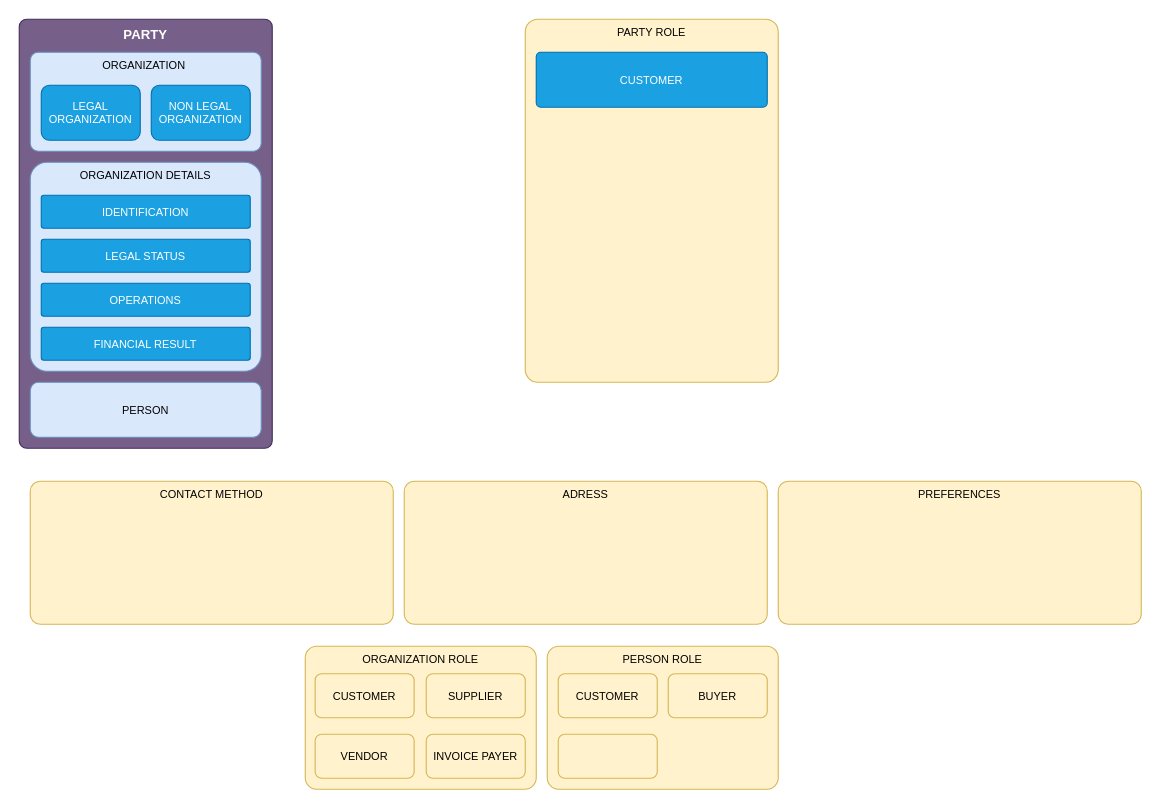
This is page "Customer Functional Area" (5 of 5) of docs/modeling/Customer-Manutan.drawio from pastel-gbetoho/PastelGbetoho-data-library, a draw.io file, before an edit. Source tidied: cells renumbered, new cells numbered last; positions are measured from the earlier drawing's top-left corner, leaving out a move shared by most shapes. Both pictures are drawn from the tidied source at 110%, with x=0, y=0 at pixel (19, 19).
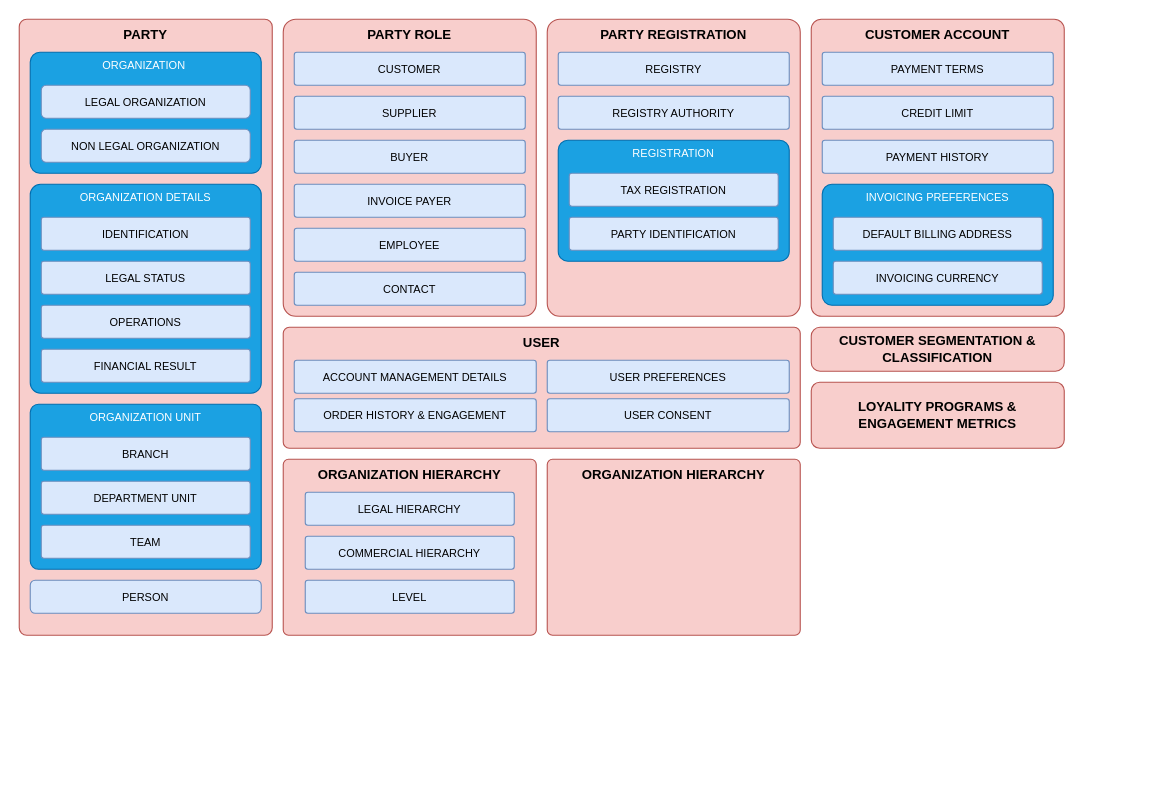
The same diagram, later.

Diff of the diagram source:
```diff
@@
-    <mxCell id="2" value="PARTY" style="rounded=1;whiteSpace=wrap;html=1;fillColor=#76608a;strokeColor=#432D57;arcSize=3;verticalAlign=top;fontSize=12;fontStyle=1;fontColor=#ffffff;" parent="1" vertex="1">
-      <mxGeometry width="230" height="390" as="geometry" />
+    <mxCell id="2" value="PARTY" style="rounded=1;whiteSpace=wrap;html=1;fillColor=#f8cecc;strokeColor=#b85450;arcSize=3;verticalAlign=top;fontSize=12;fontStyle=1;" parent="1" vertex="1">
+      <mxGeometry width="230" height="560" as="geometry" />
     </mxCell>
-    <mxCell id="3" value="ORGANIZATION&amp;nbsp;" style="rounded=1;whiteSpace=wrap;html=1;fillColor=#dae8fc;strokeColor=#6c8ebf;verticalAlign=top;arcSize=8;fontSize=10;" parent="1" vertex="1">
-      <mxGeometry x="10" y="30" width="210" height="90" as="geometry" />
+    <mxCell id="3" value="ORGANIZATION&amp;nbsp;" style="rounded=1;whiteSpace=wrap;html=1;fillColor=#1ba1e2;strokeColor=#006EAF;verticalAlign=top;arcSize=8;fontSize=10;fontColor=#ffffff;" parent="1" vertex="1">
+      <mxGeometry x="10" y="30" width="210" height="110" as="geometry" />
     </mxCell>
-    <mxCell id="4" value="LEGAL ORGANIZATION" style="rounded=1;whiteSpace=wrap;html=1;fillColor=#1ba1e2;strokeColor=#006EAF;fontSize=10;fontColor=#ffffff;" parent="1" vertex="1">
-      <mxGeometry x="20" y="60" width="90" height="50" as="geometry" />
+    <mxCell id="4" value="LEGAL ORGANIZATION" style="rounded=1;whiteSpace=wrap;html=1;fillColor=#dae8fc;strokeColor=#6c8ebf;fontSize=10;" parent="1" vertex="1">
+      <mxGeometry x="20" y="60" width="190" height="30" as="geometry" />
     </mxCell>
-    <mxCell id="5" value="NON LEGAL ORGANIZATION" style="rounded=1;whiteSpace=wrap;html=1;fillColor=#1ba1e2;strokeColor=#006EAF;fontStyle=0;fontSize=10;fontColor=#ffffff;" parent="1" vertex="1">
-      <mxGeometry x="120" y="60" width="90" height="50" as="geometry" />
+    <mxCell id="5" value="NON LEGAL ORGANIZATION" style="rounded=1;whiteSpace=wrap;html=1;fillColor=#dae8fc;strokeColor=#6c8ebf;fontStyle=0;fontSize=10;" parent="1" vertex="1">
+      <mxGeometry x="20" y="100" width="190" height="30" as="geometry" />
     </mxCell>
     <mxCell id="6" value="PERSON" style="rounded=1;whiteSpace=wrap;html=1;fillColor=#dae8fc;strokeColor=#6c8ebf;fontSize=10;" parent="1" vertex="1">
-      <mxGeometry x="10" y="330" width="210" height="50" as="geometry" />
+      <mxGeometry x="10" y="510" width="210" height="30" as="geometry" />
     </mxCell>
-    <mxCell id="7" value="PARTY ROLE" style="rounded=1;whiteSpace=wrap;html=1;fillColor=#fff2cc;strokeColor=#d6b656;arcSize=5;verticalAlign=top;fontSize=10;" parent="1" vertex="1">
-      <mxGeometry x="460" width="230" height="330" as="geometry" />
+    <mxCell id="7" value="PARTY ROLE" style="rounded=1;whiteSpace=wrap;html=1;fillColor=#f8cecc;strokeColor=#b85450;arcSize=5;verticalAlign=top;fontSize=12;fontStyle=1;" parent="1" vertex="1">
+      <mxGeometry x="240" width="230" height="270" as="geometry" />
     </mxCell>
-    <mxCell id="8" value="ORGANIZATION ROLE" style="rounded=1;whiteSpace=wrap;html=1;fillColor=#fff2cc;strokeColor=#d6b656;verticalAlign=top;arcSize=8;fontSize=10;" parent="1" vertex="1">
-      <mxGeometry x="260" y="570" width="210" height="130" as="geometry" />
-    </mxCell>
-    <mxCell id="9" value="CUSTOMER" style="rounded=1;whiteSpace=wrap;html=1;fillColor=#fff2cc;strokeColor=#d6b656;fontSize=10;" parent="1" vertex="1">
-      <mxGeometry x="269" y="595" width="90" height="40" as="geometry" />
-    </mxCell>
-    <mxCell id="10" value="SUPPLIER" style="rounded=1;whiteSpace=wrap;html=1;fillColor=#fff2cc;strokeColor=#d6b656;fontSize=10;" parent="1" vertex="1">
-      <mxGeometry x="370" y="595" width="90" height="40" as="geometry" />
-    </mxCell>
-    <mxCell id="11" value="VENDOR" style="rounded=1;whiteSpace=wrap;html=1;fillColor=#fff2cc;strokeColor=#d6b656;fontSize=10;" parent="1" vertex="1">
-      <mxGeometry x="269" y="650" width="90" height="40" as="geometry" />
-    </mxCell>
-    <mxCell id="12" value="PERSON ROLE" style="rounded=1;whiteSpace=wrap;html=1;fillColor=#fff2cc;strokeColor=#d6b656;verticalAlign=top;arcSize=8;fontSize=10;" parent="1" vertex="1">
-      <mxGeometry x="480" y="570" width="210" height="130" as="geometry" />
-    </mxCell>
-    <mxCell id="13" value="CUSTOMER" style="rounded=1;whiteSpace=wrap;html=1;fillColor=#fff2cc;strokeColor=#d6b656;fontSize=10;" parent="1" vertex="1">
-      <mxGeometry x="490" y="595" width="90" height="40" as="geometry" />
-    </mxCell>
-    <mxCell id="14" value="BUYER" style="rounded=1;whiteSpace=wrap;html=1;fillColor=#fff2cc;strokeColor=#d6b656;fontSize=10;" parent="1" vertex="1">
-      <mxGeometry x="590" y="595" width="90" height="40" as="geometry" />
-    </mxCell>
-    <mxCell id="15" value="INVOICE PAYER" style="rounded=1;whiteSpace=wrap;html=1;fillColor=#fff2cc;strokeColor=#d6b656;fontSize=10;" parent="1" vertex="1">
-      <mxGeometry x="370" y="650" width="90" height="40" as="geometry" />
-    </mxCell>
-    <mxCell id="16" style="rounded=1;whiteSpace=wrap;html=1;fillColor=#fff2cc;strokeColor=#d6b656;fontSize=10;" parent="1" vertex="1">
-      <mxGeometry x="490" y="650" width="90" height="40" as="geometry" />
-    </mxCell>
-    <mxCell id="17" value="CONTACT METHOD" style="rounded=1;whiteSpace=wrap;html=1;fillColor=#fff2cc;strokeColor=#d6b656;arcSize=7;verticalAlign=top;fontSize=10;" parent="1" vertex="1">
-      <mxGeometry x="10" y="420" width="330" height="130" as="geometry" />
-    </mxCell>
-    <mxCell id="18" value="ADRESS" style="rounded=1;whiteSpace=wrap;html=1;fillColor=#fff2cc;strokeColor=#d6b656;arcSize=7;verticalAlign=top;fontSize=10;" parent="1" vertex="1">
-      <mxGeometry x="350" y="420" width="330" height="130" as="geometry" />
-    </mxCell>
-    <mxCell id="19" value="PREFERENCES" style="rounded=1;whiteSpace=wrap;html=1;fillColor=#fff2cc;strokeColor=#d6b656;arcSize=7;verticalAlign=top;fontSize=10;" parent="1" vertex="1">
-      <mxGeometry x="690" y="420" width="330" height="130" as="geometry" />
-    </mxCell>
-    <mxCell id="20" value="ORGANIZATION DETAILS" style="rounded=1;whiteSpace=wrap;html=1;fillColor=#dae8fc;strokeColor=#6c8ebf;verticalAlign=top;arcSize=8;fontSize=10;" parent="1" vertex="1">
-      <mxGeometry x="10" y="130" width="210" height="190" as="geometry" />
+    <mxCell id="20" value="ORGANIZATION DETAILS" style="rounded=1;whiteSpace=wrap;html=1;fillColor=#1ba1e2;strokeColor=#006EAF;verticalAlign=top;arcSize=5;fontSize=10;fontColor=#ffffff;" parent="1" vertex="1">
+      <mxGeometry x="10" y="150" width="210" height="190" as="geometry" />
     </mxCell>
-    <mxCell id="21" value="IDENTIFICATION" style="rounded=1;whiteSpace=wrap;html=1;fillColor=#1ba1e2;strokeColor=#006EAF;verticalAlign=middle;arcSize=8;fontSize=10;fontColor=#ffffff;" parent="1" vertex="1">
-      <mxGeometry x="20" y="160" width="190" height="30" as="geometry" />
+    <mxCell id="21" value="IDENTIFICATION" style="rounded=1;whiteSpace=wrap;html=1;fillColor=#dae8fc;strokeColor=#6c8ebf;verticalAlign=middle;arcSize=8;fontSize=10;" parent="1" vertex="1">
+      <mxGeometry x="20" y="180" width="190" height="30" as="geometry" />
     </mxCell>
-    <mxCell id="22" value="&lt;div&gt;LEGAL STATUS&lt;br&gt;&lt;/div&gt;" style="rounded=1;whiteSpace=wrap;html=1;fillColor=#1ba1e2;strokeColor=#006EAF;verticalAlign=middle;arcSize=8;fontSize=10;fontColor=#ffffff;" parent="1" vertex="1">
-      <mxGeometry x="20" y="200" width="190" height="30" as="geometry" />
+    <mxCell id="22" value="&lt;div&gt;LEGAL STATUS&lt;br&gt;&lt;/div&gt;" style="rounded=1;whiteSpace=wrap;html=1;fillColor=#dae8fc;strokeColor=#6c8ebf;verticalAlign=middle;arcSize=8;fontSize=10;" parent="1" vertex="1">
+      <mxGeometry x="20" y="220" width="190" height="30" as="geometry" />
     </mxCell>
-    <mxCell id="23" value="&lt;div&gt;OPERATIONS&lt;br&gt;&lt;/div&gt;" style="rounded=1;whiteSpace=wrap;html=1;fillColor=#1ba1e2;strokeColor=#006EAF;verticalAlign=middle;arcSize=8;fontSize=10;fontColor=#ffffff;" parent="1" vertex="1">
-      <mxGeometry x="20" y="240" width="190" height="30" as="geometry" />
+    <mxCell id="23" value="&lt;div&gt;OPERATIONS&lt;br&gt;&lt;/div&gt;" style="rounded=1;whiteSpace=wrap;html=1;fillColor=#dae8fc;strokeColor=#6c8ebf;verticalAlign=middle;arcSize=8;fontSize=10;" parent="1" vertex="1">
+      <mxGeometry x="20" y="260" width="190" height="30" as="geometry" />
     </mxCell>
-    <mxCell id="24" value="&lt;div&gt;FINANCIAL RESULT&lt;br&gt;&lt;/div&gt;" style="rounded=1;whiteSpace=wrap;html=1;fillColor=#1ba1e2;strokeColor=#006EAF;verticalAlign=middle;arcSize=8;fontSize=10;fontColor=#ffffff;" parent="1" vertex="1">
-      <mxGeometry x="20" y="280" width="190" height="30" as="geometry" />
+    <mxCell id="24" value="&lt;div&gt;FINANCIAL RESULT&lt;br&gt;&lt;/div&gt;" style="rounded=1;whiteSpace=wrap;html=1;fillColor=#dae8fc;strokeColor=#6c8ebf;verticalAlign=middle;arcSize=8;fontSize=10;" parent="1" vertex="1">
+      <mxGeometry x="20" y="300" width="190" height="30" as="geometry" />
     </mxCell>
-    <mxCell id="25" value="CUSTOMER" style="rounded=1;whiteSpace=wrap;html=1;fillColor=#1ba1e2;strokeColor=#006EAF;verticalAlign=middle;arcSize=8;fontSize=10;fontColor=#ffffff;" parent="1" vertex="1">
-      <mxGeometry x="470" y="30" width="210" height="50" as="geometry" />
+    <mxCell id="25" value="CUSTOMER" style="rounded=1;whiteSpace=wrap;html=1;fillColor=#dae8fc;strokeColor=#6c8ebf;verticalAlign=middle;arcSize=8;fontSize=10;" parent="1" vertex="1">
+      <mxGeometry x="250" y="30" width="210" height="30" as="geometry" />
     </mxCell>
+    <mxCell id="10" value="SUPPLIER" style="rounded=1;whiteSpace=wrap;html=1;fillColor=#dae8fc;strokeColor=#6c8ebf;verticalAlign=middle;arcSize=8;fontSize=10;" parent="1" vertex="1">
+      <mxGeometry x="250" y="70" width="210" height="30" as="geometry" />
+    </mxCell>
+    <mxCell id="14" value="BUYER" style="rounded=1;whiteSpace=wrap;html=1;fillColor=#dae8fc;strokeColor=#6c8ebf;verticalAlign=middle;arcSize=8;fontSize=10;" parent="1" vertex="1">
+      <mxGeometry x="250" y="110" width="210" height="30" as="geometry" />
+    </mxCell>
+    <mxCell id="15" value="INVOICE PAYER" style="rounded=1;whiteSpace=wrap;html=1;fillColor=#dae8fc;strokeColor=#6c8ebf;verticalAlign=middle;arcSize=8;fontSize=10;" parent="1" vertex="1">
+      <mxGeometry x="250" y="150" width="210" height="30" as="geometry" />
+    </mxCell>
+    <mxCell id="26" value="PARTY REGISTRATION" style="rounded=1;whiteSpace=wrap;html=1;fillColor=#f8cecc;strokeColor=#b85450;arcSize=5;verticalAlign=top;fontSize=12;fontStyle=1;" parent="1" vertex="1">
+      <mxGeometry x="480" width="230" height="270" as="geometry" />
+    </mxCell>
+    <mxCell id="27" value="REGISTRATION" style="rounded=1;whiteSpace=wrap;html=1;fillColor=#1ba1e2;strokeColor=#006EAF;verticalAlign=top;arcSize=8;fontSize=10;fontColor=#ffffff;" parent="1" vertex="1">
+      <mxGeometry x="490" y="110" width="210" height="110" as="geometry" />
+    </mxCell>
+    <mxCell id="28" value="REGISTRY" style="rounded=1;whiteSpace=wrap;html=1;fillColor=#dae8fc;strokeColor=#6c8ebf;verticalAlign=middle;arcSize=8;fontSize=10;" parent="1" vertex="1">
+      <mxGeometry x="490" y="30" width="210" height="30" as="geometry" />
+    </mxCell>
+    <mxCell id="29" value="REGISTRY AUTHORITY" style="rounded=1;whiteSpace=wrap;html=1;fillColor=#dae8fc;strokeColor=#6c8ebf;verticalAlign=middle;arcSize=8;fontSize=10;" parent="1" vertex="1">
+      <mxGeometry x="490" y="70" width="210" height="30" as="geometry" />
+    </mxCell>
+    <mxCell id="30" value="TAX REGISTRATION" style="rounded=1;whiteSpace=wrap;html=1;fillColor=#dae8fc;strokeColor=#6c8ebf;verticalAlign=middle;arcSize=8;fontSize=10;" parent="1" vertex="1">
+      <mxGeometry x="500" y="140" width="190" height="30" as="geometry" />
+    </mxCell>
+    <mxCell id="31" value="PARTY IDENTIFICATION" style="rounded=1;whiteSpace=wrap;html=1;fillColor=#dae8fc;strokeColor=#6c8ebf;verticalAlign=middle;arcSize=8;fontSize=10;" parent="1" vertex="1">
+      <mxGeometry x="500" y="180" width="190" height="30" as="geometry" />
+    </mxCell>
+    <mxCell id="32" value="CUSTOMER ACCOUNT" style="rounded=1;whiteSpace=wrap;html=1;fillColor=#f8cecc;strokeColor=#b85450;arcSize=4;verticalAlign=top;fontSize=12;fontStyle=1;" parent="1" vertex="1">
+      <mxGeometry x="720" width="230" height="270" as="geometry" />
+    </mxCell>
+    <mxCell id="33" value="PAYMENT TERMS" style="rounded=1;whiteSpace=wrap;html=1;fillColor=#dae8fc;strokeColor=#6c8ebf;verticalAlign=middle;arcSize=8;fontSize=10;" parent="1" vertex="1">
+      <mxGeometry x="730" y="30" width="210" height="30" as="geometry" />
+    </mxCell>
+    <mxCell id="34" value="CREDIT LIMIT" style="rounded=1;whiteSpace=wrap;html=1;fillColor=#dae8fc;strokeColor=#6c8ebf;verticalAlign=middle;arcSize=8;fontSize=10;" parent="1" vertex="1">
+      <mxGeometry x="730" y="70" width="210" height="30" as="geometry" />
+    </mxCell>
+    <mxCell id="35" value="PAYMENT HISTORY" style="rounded=1;whiteSpace=wrap;html=1;fillColor=#dae8fc;strokeColor=#6c8ebf;verticalAlign=middle;arcSize=8;fontSize=10;" parent="1" vertex="1">
+      <mxGeometry x="730" y="110" width="210" height="30" as="geometry" />
+    </mxCell>
+    <mxCell id="36" value="INVOICING PREFERENCES" style="rounded=1;whiteSpace=wrap;html=1;fillColor=#1ba1e2;strokeColor=#006EAF;verticalAlign=top;arcSize=8;fontSize=10;fontColor=#ffffff;" parent="1" vertex="1">
+      <mxGeometry x="730" y="150" width="210" height="110" as="geometry" />
+    </mxCell>
+    <mxCell id="37" value="DEFAULT BILLING ADDRESS" style="rounded=1;whiteSpace=wrap;html=1;fillColor=#dae8fc;strokeColor=#6c8ebf;verticalAlign=middle;arcSize=8;fontSize=10;" parent="1" vertex="1">
+      <mxGeometry x="740" y="180" width="190" height="30" as="geometry" />
+    </mxCell>
+    <mxCell id="38" value="INVOICING CURRENCY" style="rounded=1;whiteSpace=wrap;html=1;fillColor=#dae8fc;strokeColor=#6c8ebf;verticalAlign=middle;arcSize=8;fontSize=10;" parent="1" vertex="1">
+      <mxGeometry x="740" y="220" width="190" height="30" as="geometry" />
+    </mxCell>
+    <mxCell id="39" value="EMPLOYEE" style="rounded=1;whiteSpace=wrap;html=1;fillColor=#dae8fc;strokeColor=#6c8ebf;verticalAlign=middle;arcSize=8;fontSize=10;" parent="1" vertex="1">
+      <mxGeometry x="250" y="190" width="210" height="30" as="geometry" />
+    </mxCell>
+    <mxCell id="40" value="CUSTOMER SEGMENTATION &amp;amp; CLASSIFICATION" style="rounded=1;whiteSpace=wrap;html=1;fillColor=#f8cecc;strokeColor=#b85450;arcSize=20;verticalAlign=middle;fontSize=12;fontStyle=1;" parent="1" vertex="1">
+      <mxGeometry x="720" y="280" width="230" height="40" as="geometry" />
+    </mxCell>
+    <mxCell id="41" value="LOYALITY PROGRAMS &amp;amp; ENGAGEMENT METRICS" style="rounded=1;whiteSpace=wrap;html=1;fillColor=#f8cecc;strokeColor=#b85450;arcSize=13;verticalAlign=middle;fontSize=12;fontStyle=1;" parent="1" vertex="1">
+      <mxGeometry x="720" y="330" width="230" height="60" as="geometry" />
+    </mxCell>
+    <mxCell id="42" value="USER" style="rounded=1;whiteSpace=wrap;html=1;fillColor=#f8cecc;strokeColor=#b85450;arcSize=5;verticalAlign=top;fontSize=12;fontStyle=1;" parent="1" vertex="1">
+      <mxGeometry x="240" y="280" width="470" height="110" as="geometry" />
+    </mxCell>
+    <mxCell id="43" value="ACCOUNT MANAGEMENT DETAILS" style="rounded=1;whiteSpace=wrap;html=1;fillColor=#dae8fc;strokeColor=#6c8ebf;verticalAlign=middle;arcSize=8;fontSize=10;" parent="1" vertex="1">
+      <mxGeometry x="250" y="310" width="220" height="30" as="geometry" />
+    </mxCell>
+    <mxCell id="44" value="ORDER HISTORY &amp;amp; ENGAGEMENT" style="rounded=1;whiteSpace=wrap;html=1;fillColor=#dae8fc;strokeColor=#6c8ebf;verticalAlign=middle;arcSize=8;fontSize=10;" parent="1" vertex="1">
+      <mxGeometry x="250" y="345" width="220" height="30" as="geometry" />
+    </mxCell>
+    <mxCell id="45" value="USER PREFERENCES" style="rounded=1;whiteSpace=wrap;html=1;fillColor=#dae8fc;strokeColor=#6c8ebf;verticalAlign=middle;arcSize=8;fontSize=10;" parent="1" vertex="1">
+      <mxGeometry x="480" y="310" width="220" height="30" as="geometry" />
+    </mxCell>
+    <mxCell id="46" value="USER CONSENT" style="rounded=1;whiteSpace=wrap;html=1;fillColor=#dae8fc;strokeColor=#6c8ebf;verticalAlign=middle;arcSize=8;fontSize=10;" parent="1" vertex="1">
+      <mxGeometry x="480" y="345" width="220" height="30" as="geometry" />
+    </mxCell>
+    <mxCell id="47" value="ORGANIZATION HIERARCHY" style="rounded=1;whiteSpace=wrap;html=1;fillColor=#f8cecc;strokeColor=#b85450;arcSize=3;verticalAlign=top;fontSize=12;fontStyle=1;" parent="1" vertex="1">
+      <mxGeometry x="240" y="400" width="230" height="160" as="geometry" />
+    </mxCell>
+    <mxCell id="48" value="LEGAL HIERARCHY" style="rounded=1;whiteSpace=wrap;html=1;fillColor=#dae8fc;strokeColor=#6c8ebf;verticalAlign=middle;arcSize=8;fontSize=10;" parent="1" vertex="1">
+      <mxGeometry x="260" y="430" width="190" height="30" as="geometry" />
+    </mxCell>
+    <mxCell id="49" value="COMMERCIAL HIERARCHY" style="rounded=1;whiteSpace=wrap;html=1;fillColor=#dae8fc;strokeColor=#6c8ebf;verticalAlign=middle;arcSize=8;fontSize=10;" parent="1" vertex="1">
+      <mxGeometry x="260" y="470" width="190" height="30" as="geometry" />
+    </mxCell>
+    <mxCell id="50" value="ORGANIZATION UNIT" style="rounded=1;whiteSpace=wrap;html=1;fillColor=#1ba1e2;strokeColor=#006EAF;verticalAlign=top;arcSize=5;fontSize=10;fontColor=#ffffff;" parent="1" vertex="1">
+      <mxGeometry x="10" y="350" width="210" height="150" as="geometry" />
+    </mxCell>
+    <mxCell id="51" value="BRANCH" style="rounded=1;whiteSpace=wrap;html=1;fillColor=#dae8fc;strokeColor=#6c8ebf;verticalAlign=middle;arcSize=8;fontSize=10;" parent="1" vertex="1">
+      <mxGeometry x="20" y="380" width="190" height="30" as="geometry" />
+    </mxCell>
+    <mxCell id="52" value="DEPARTMENT UNIT" style="rounded=1;whiteSpace=wrap;html=1;fillColor=#dae8fc;strokeColor=#6c8ebf;verticalAlign=middle;arcSize=8;fontSize=10;" parent="1" vertex="1">
+      <mxGeometry x="20" y="420" width="190" height="30" as="geometry" />
+    </mxCell>
+    <mxCell id="53" value="TEAM" style="rounded=1;whiteSpace=wrap;html=1;fillColor=#dae8fc;strokeColor=#6c8ebf;verticalAlign=middle;arcSize=8;fontSize=10;" parent="1" vertex="1">
+      <mxGeometry x="20" y="460" width="190" height="30" as="geometry" />
+    </mxCell>
+    <mxCell id="54" value="LEVEL" style="rounded=1;whiteSpace=wrap;html=1;fillColor=#dae8fc;strokeColor=#6c8ebf;verticalAlign=middle;arcSize=8;fontSize=10;" parent="1" vertex="1">
+      <mxGeometry x="260" y="510" width="190" height="30" as="geometry" />
+    </mxCell>
+    <mxCell id="55" value="ORGANIZATION HIERARCHY" style="rounded=1;whiteSpace=wrap;html=1;fillColor=#f8cecc;strokeColor=#b85450;arcSize=3;verticalAlign=top;fontSize=12;fontStyle=1;" parent="1" vertex="1">
+      <mxGeometry x="480" y="400" width="230" height="160" as="geometry" />
+    </mxCell>
+    <mxCell id="56" value="CONTACT" style="rounded=1;whiteSpace=wrap;html=1;fillColor=#dae8fc;strokeColor=#6c8ebf;verticalAlign=middle;arcSize=8;fontSize=10;" parent="1" vertex="1">
+      <mxGeometry x="250" y="230" width="210" height="30" as="geometry" />
+    </mxCell>
```
